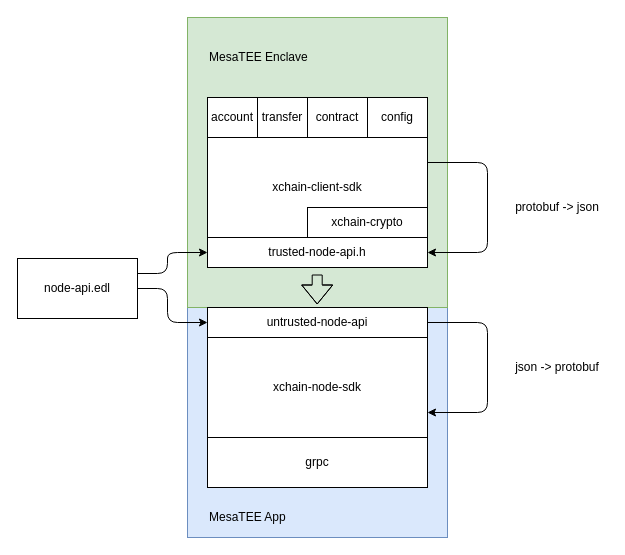
xuperdata/trusted-xuper-rust-sdk keeps this draw.io diagram as page "sgx-port" (1 of 2) of doc/arch.drawio. Above is the earlier version. Source tidied: cells renumbered, new cells numbered last; positions are measured from the earlier drawing's top-left corner, leaving out a move shared by most shapes. Both pictures are drawn from the tidied source at 100%, with x=0, y=0 at pixel (17, 17).
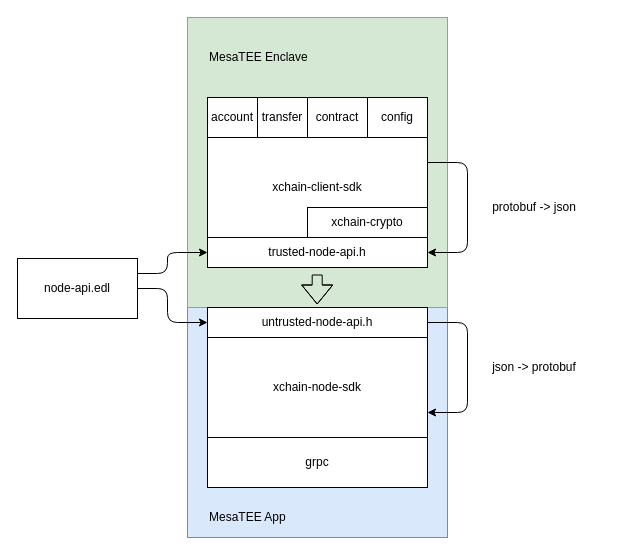
After the change.

Unchanged cells that the change refers to:
```xml
<mxCell id="4" value="xchain-client-sdk" style="rounded=0;whiteSpace=wrap;html=1;" parent="1" vertex="1">
  <mxGeometry x="190" y="120" width="220" height="100" as="geometry" />
</mxCell>
<mxCell id="6" value="xchain-node-sdk" style="rounded=0;whiteSpace=wrap;html=1;" parent="1" vertex="1">
  <mxGeometry x="190" y="320" width="220" height="100" as="geometry" />
</mxCell>
<mxCell id="7" value="trusted-node-api.h" style="rounded=0;whiteSpace=wrap;html=1;" parent="1" vertex="1">
  <mxGeometry x="190" y="220" width="220" height="30" as="geometry" />
</mxCell>
```

The edit, as a diff of the source:
```diff
@@
-    <mxCell id="8" value="untrusted-node-api" style="rounded=0;whiteSpace=wrap;html=1;" parent="1" vertex="1">
+    <mxCell id="8" value="untrusted-node-api.h" style="rounded=0;whiteSpace=wrap;html=1;" parent="1" vertex="1">
       <mxGeometry x="190" y="290" width="220" height="30" as="geometry" />
     </mxCell>
@@
     <mxCell id="20" style="endArrow=classic;html=1;exitX=1;exitY=0.25;exitDx=0;exitDy=0;entryX=1;entryY=0.5;entryDx=0;entryDy=0;edgeStyle=elbowEdgeStyle;" parent="1" edge="1" source="4" target="7">
       <mxGeometry relative="1" as="geometry">
         <Array as="points">
+          <mxPoint x="450" y="190" />
           <mxPoint x="470" y="190" />
         </Array>
       </mxGeometry>
     </mxCell>
     <mxCell id="21" value="protobuf -&amp;gt; json" style="text;html=1;strokeColor=none;fillColor=none;align=center;verticalAlign=middle;whiteSpace=wrap;rounded=0;" parent="1" vertex="1">
-      <mxGeometry x="490" y="180" width="100" height="20" as="geometry" />
+      <mxGeometry x="467" y="180" width="100" height="20" as="geometry" />
     </mxCell>
     <mxCell id="22" style="endArrow=classic;html=1;exitX=1;exitY=0.5;exitDx=0;exitDy=0;entryX=1;entryY=0.75;entryDx=0;entryDy=0;edgeStyle=elbowEdgeStyle;" parent="1" edge="1" source="8" target="6">
       <mxGeometry relative="1" as="geometry">
         <Array as="points">
+          <mxPoint x="450" y="350" />
           <mxPoint x="470" y="350" />
         </Array>
       </mxGeometry>
     </mxCell>
     <mxCell id="23" value="json -&amp;gt; protobuf" style="text;html=1;strokeColor=none;fillColor=none;align=center;verticalAlign=middle;whiteSpace=wrap;rounded=0;" parent="1" vertex="1">
-      <mxGeometry x="490" y="340" width="100" height="20" as="geometry" />
+      <mxGeometry x="467" y="340" width="100" height="20" as="geometry" />
     </mxCell>
```
